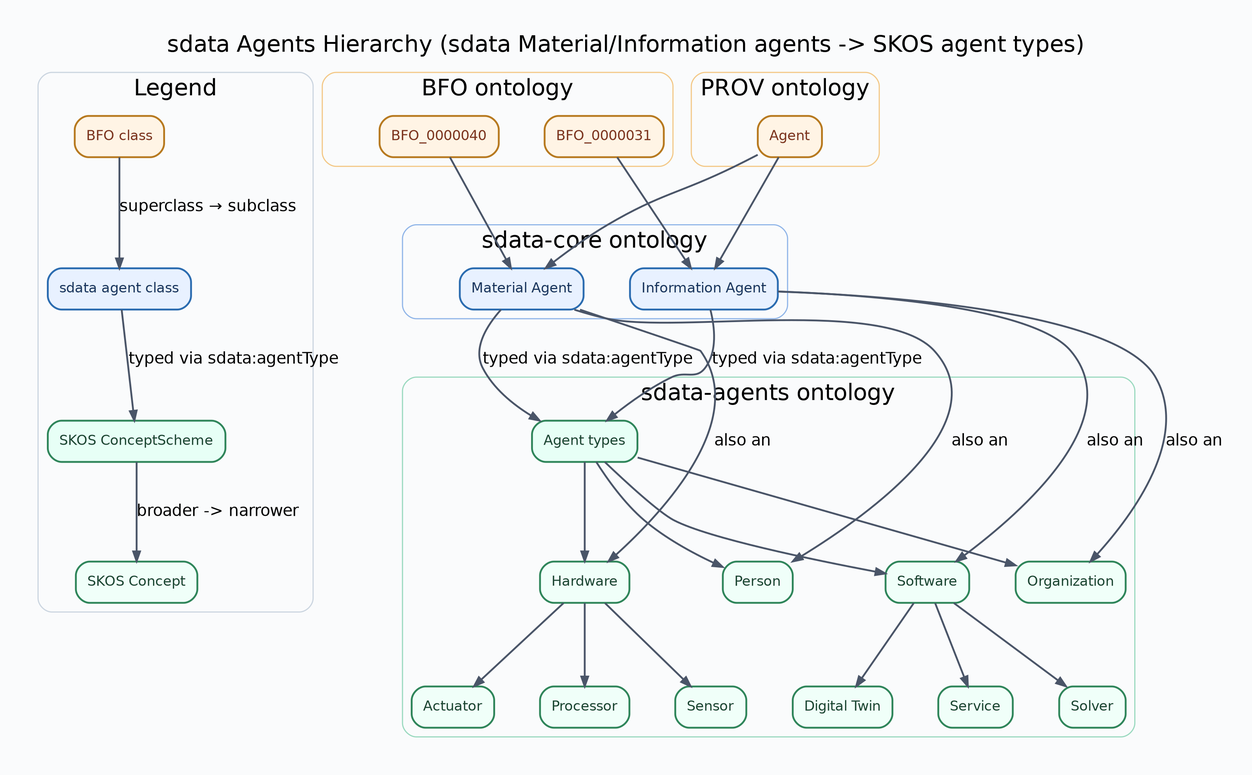
Before: docs/diagrams/sdata-agents-hierarchy.png, a diagram exported from Graphviz (lepy/sdata-ontology). Its source is kept beside it as docs/diagrams/sdata-agents-hierarchy.dot.
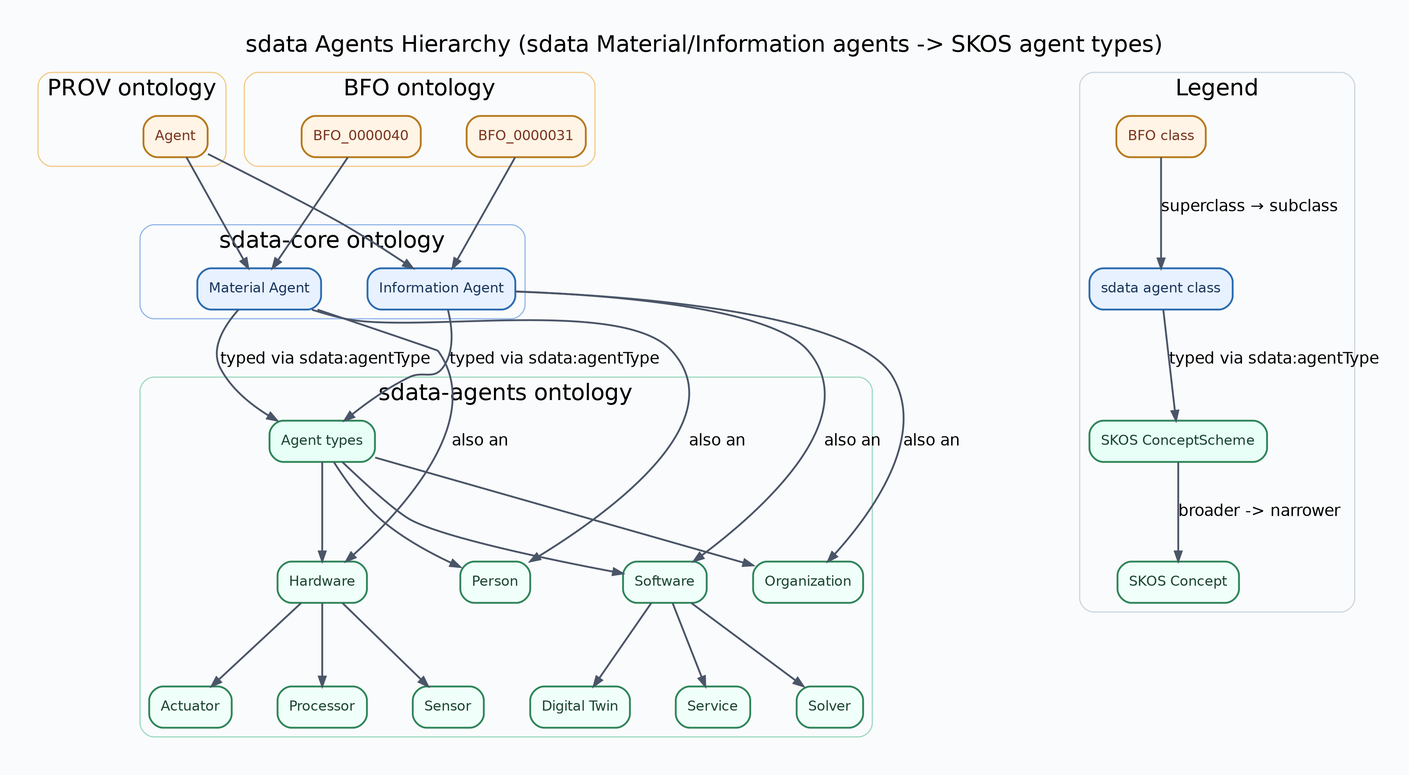
The same diagram one commit later.

Change to the diagram source:
```diff
@@ -25,30 +25,19 @@
 		fontname=Helvetica,
 		penwidth=1.6
 	];
-	subgraph cluster_legend {
-		graph [color="#CBD5E0",
-			label=Legend,
+	subgraph cluster_prov {
+		graph [color="#F3C887",
+			label="PROV ontology",
 			style=rounded
 		];
-		legend_sdata	[color="#2B6CB0",
-			fillcolor="#E8F1FF",
-			fontcolor="#1A365D",
-			label="sdata agent class"];
-		legend_scheme	[color="#2F855A",
-			fillcolor="#E7FFF6",
-			fontcolor="#1C4532",
-			label="SKOS ConceptScheme"];
-		legend_sdata -> legend_scheme	[label="typed via sdata:agentType"];
-		legend_bfo	[color="#B7791F",
+		"http://www.w3.org/ns/prov#Agent"	[color="#B7791F",
 			fillcolor="#FFF4E5",
 			fontcolor="#7B341E",
-			label="BFO class"];
-		legend_bfo -> legend_sdata	[label="superclass → subclass"];
-		legend_concept	[color="#2F855A",
-			fillcolor="#F0FFF9",
-			fontcolor="#1C4532",
-			label="SKOS Concept"];
-		legend_scheme -> legend_concept	[label="broader -> narrower"];
+			label=Agent];
+		__anchor_prov	[height=0,
+			label="",
+			style=invis,
+			width=0];
 	}
 	subgraph cluster_bfo {
 		graph [color="#F3C887",
@@ -140,19 +129,30 @@
 			style=invis,
 			width=0];
 	}
-	subgraph cluster_prov {
-		graph [color="#F3C887",
-			label="PROV ontology",
+	subgraph cluster_legend {
+		graph [color="#CBD5E0",
+			label=Legend,
 			style=rounded
 		];
-		"http://www.w3.org/ns/prov#Agent"	[color="#B7791F",
+		legend_sdata	[color="#2B6CB0",
+			fillcolor="#E8F1FF",
+			fontcolor="#1A365D",
+			label="sdata agent class"];
+		legend_scheme	[color="#2F855A",
+			fillcolor="#E7FFF6",
+			fontcolor="#1C4532",
+			label="SKOS ConceptScheme"];
+		legend_sdata -> legend_scheme	[label="typed via sdata:agentType"];
+		legend_bfo	[color="#B7791F",
 			fillcolor="#FFF4E5",
 			fontcolor="#7B341E",
-			label=Agent];
-		__anchor_prov	[height=0,
-			label="",
-			style=invis,
-			width=0];
+			label="BFO class"];
+		legend_bfo -> legend_sdata	[label="superclass → subclass"];
+		legend_concept	[color="#2F855A",
+			fillcolor="#F0FFF9",
+			fontcolor="#1C4532",
+			label="SKOS Concept"];
+		legend_scheme -> legend_concept	[label="broader -> narrower"];
 	}
 	"http://purl.obolibrary.org/obo/BFO_0000031" -> "https://w3id.org/sdata/core/InformationAgent";
 	"http://purl.obolibrary.org/obo/BFO_0000040" -> "https://w3id.org/sdata/core/MaterialAgent";
```
